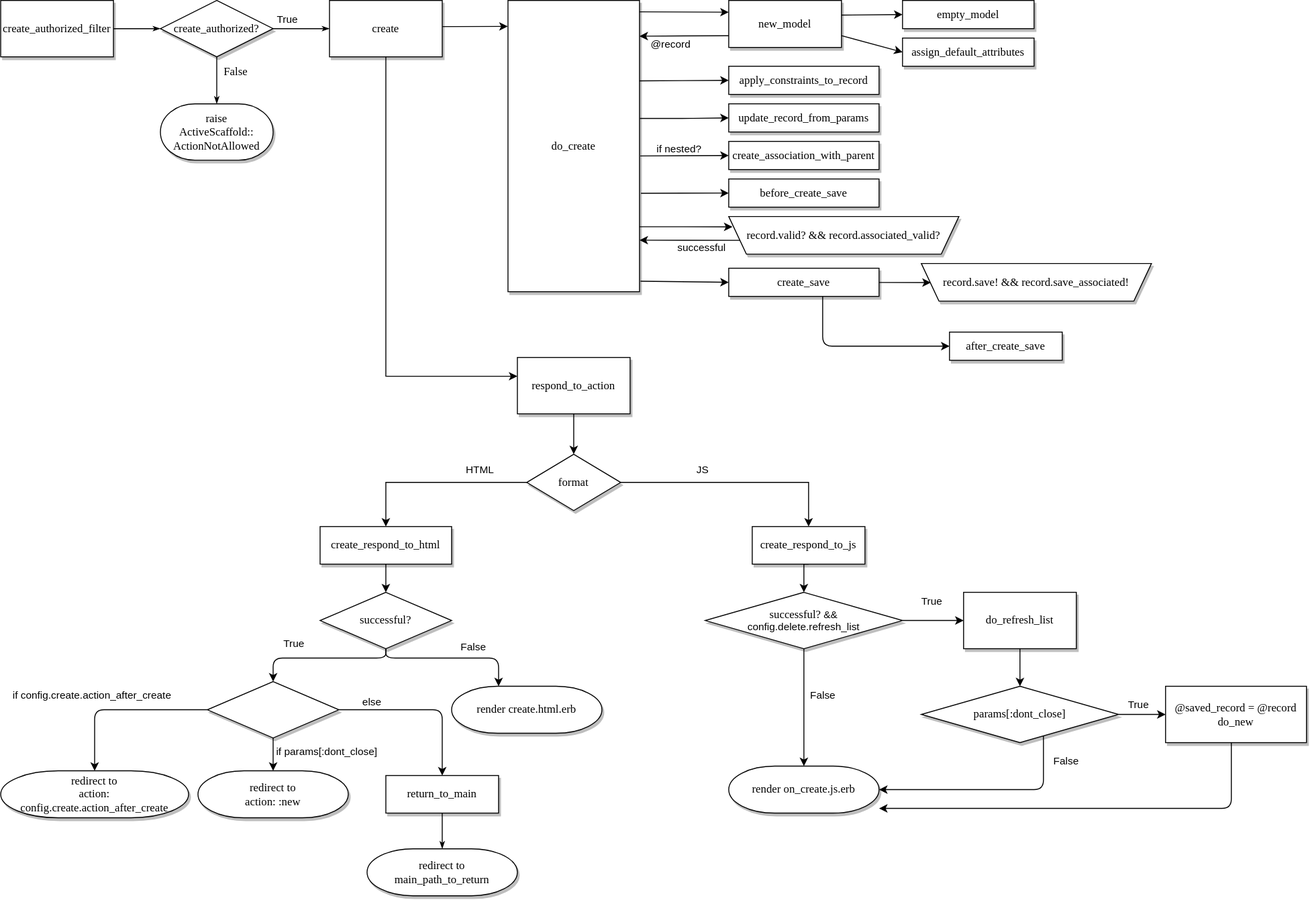
Earlier version of the draw.io export diagrams/create.drawio.svg (activescaffold/active_scaffold). Source tidied: cells renumbered, new cells last; positions are measured from the earlier drawing's top-left corner, leaving out a move shared by most shapes.
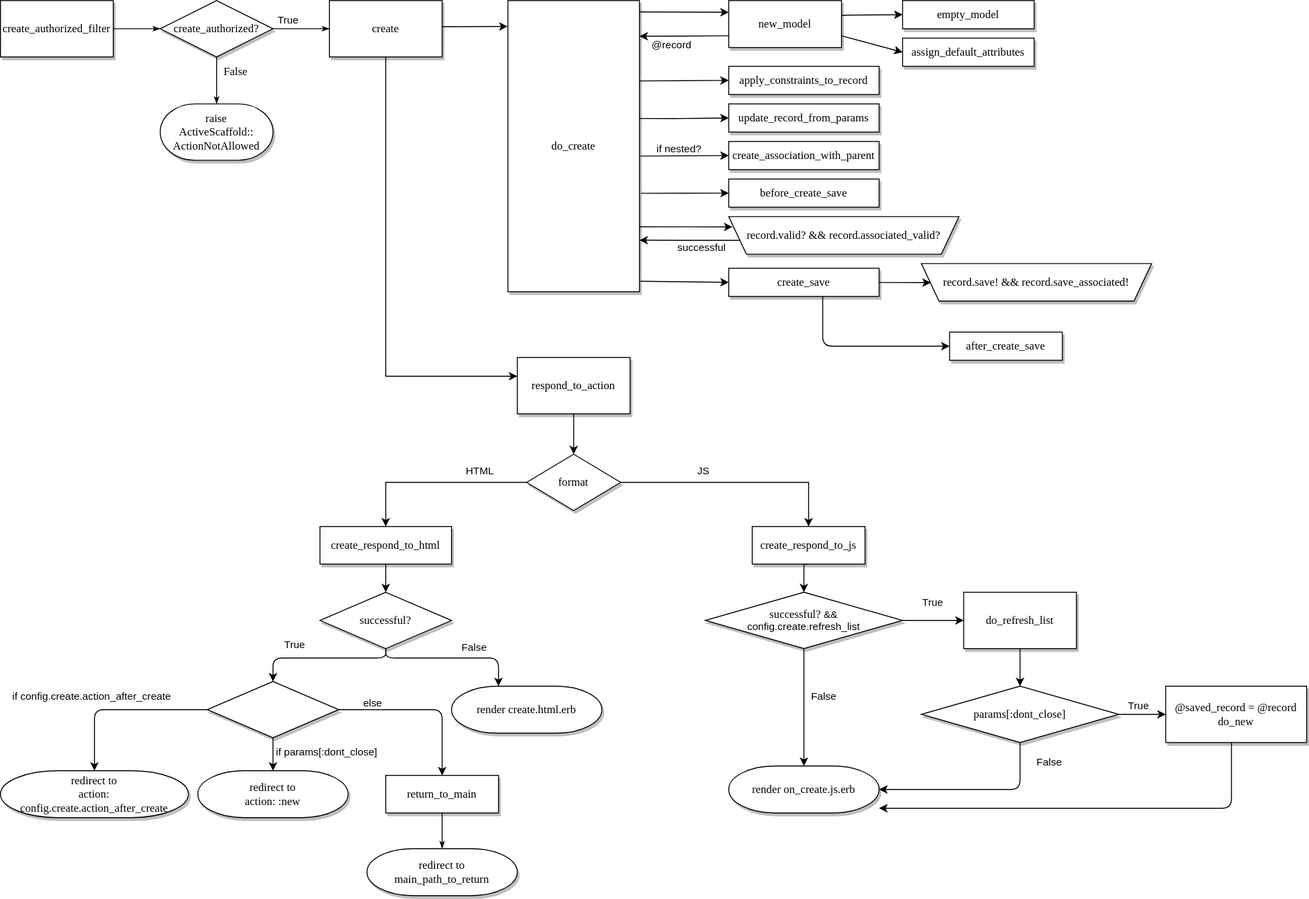
Above is the later version.

Diff of the diagram source:
```diff
@@ -118,7 +118,7 @@
         <mxPoint x="20" as="offset" />
       </mxGeometry>
     </mxCell>
-    <mxCell id="34" value="successful?&amp;nbsp;&lt;span style=&quot;font-family: Helvetica; font-size: 11px; text-wrap: nowrap; background-color: rgb(255, 255, 255);&quot;&gt;&amp;amp;&amp;amp;&lt;/span&gt;&lt;div style=&quot;font-family: Helvetica; font-size: 11px; text-wrap: nowrap;&quot;&gt;config.delete.refresh_list&lt;/div&gt;" style="rhombus;whiteSpace=wrap;html=1;rounded=0;shadow=1;labelBackgroundColor=none;strokeWidth=1;fontFamily=Verdana;fontSize=12;align=center;" parent="1" vertex="1">
+    <mxCell id="34" value="successful?&amp;nbsp;&lt;span style=&quot;font-family: Helvetica; font-size: 11px; text-wrap: nowrap; background-color: rgb(255, 255, 255);&quot;&gt;&amp;amp;&amp;amp;&lt;/span&gt;&lt;div style=&quot;font-family: Helvetica; font-size: 11px; text-wrap: nowrap;&quot;&gt;config.create.refresh_list&lt;/div&gt;" style="rhombus;whiteSpace=wrap;html=1;rounded=0;shadow=1;labelBackgroundColor=none;strokeWidth=1;fontFamily=Verdana;fontSize=12;align=center;" parent="1" vertex="1">
       <mxGeometry x="750" y="630" width="210" height="60" as="geometry" />
     </mxCell>
     <mxCell id="35" style="edgeStyle=orthogonalEdgeStyle;html=1;" parent="1" edge="1" source="36" target="80">
@@ -283,7 +283,7 @@
     <mxCell id="78" style="edgeStyle=orthogonalEdgeStyle;html=1;entryX=1;entryY=0.5;entryDx=0;entryDy=0;entryPerimeter=0;" parent="1" edge="1" source="80" target="37">
       <mxGeometry relative="1" as="geometry">
         <Array as="points">
-          <mxPoint x="1110" y="840" />
+          <mxPoint x="1085" y="840" />
         </Array>
       </mxGeometry>
     </mxCell>
```
